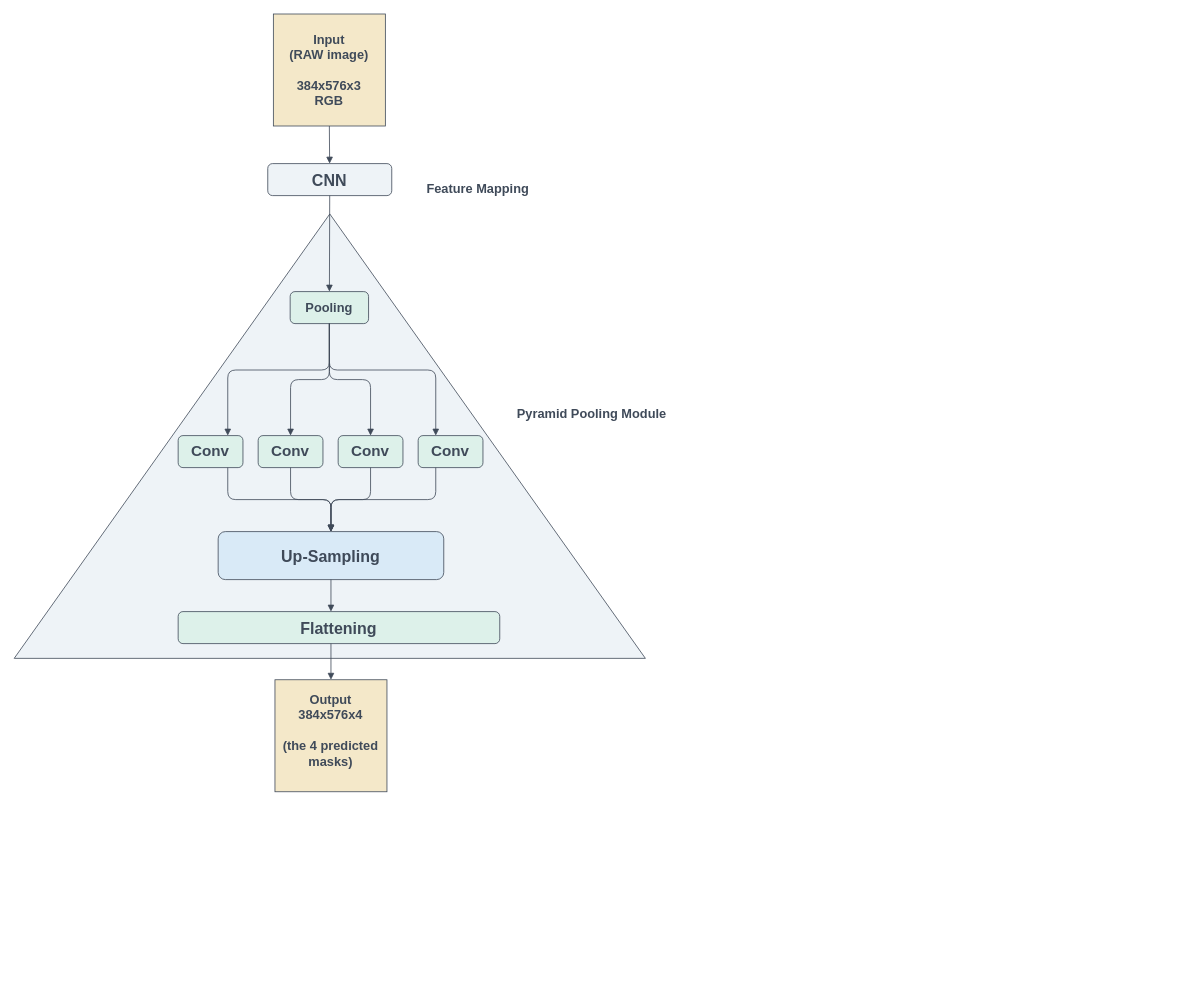
Earlier version of the draw.io diagram reports/06-model-pspnet-rosner-architecture.drawio (YOHANCOHENCODES/jun26_bcds_cloud_segmentation). Source tidied: cells renumbered, new cells numbered last; positions are measured from the earlier drawing's top-left corner, leaving out a move shared by most shapes. Both pictures are drawn from the tidied source at 80%, with x=0, y=0 at pixel (107, 14).
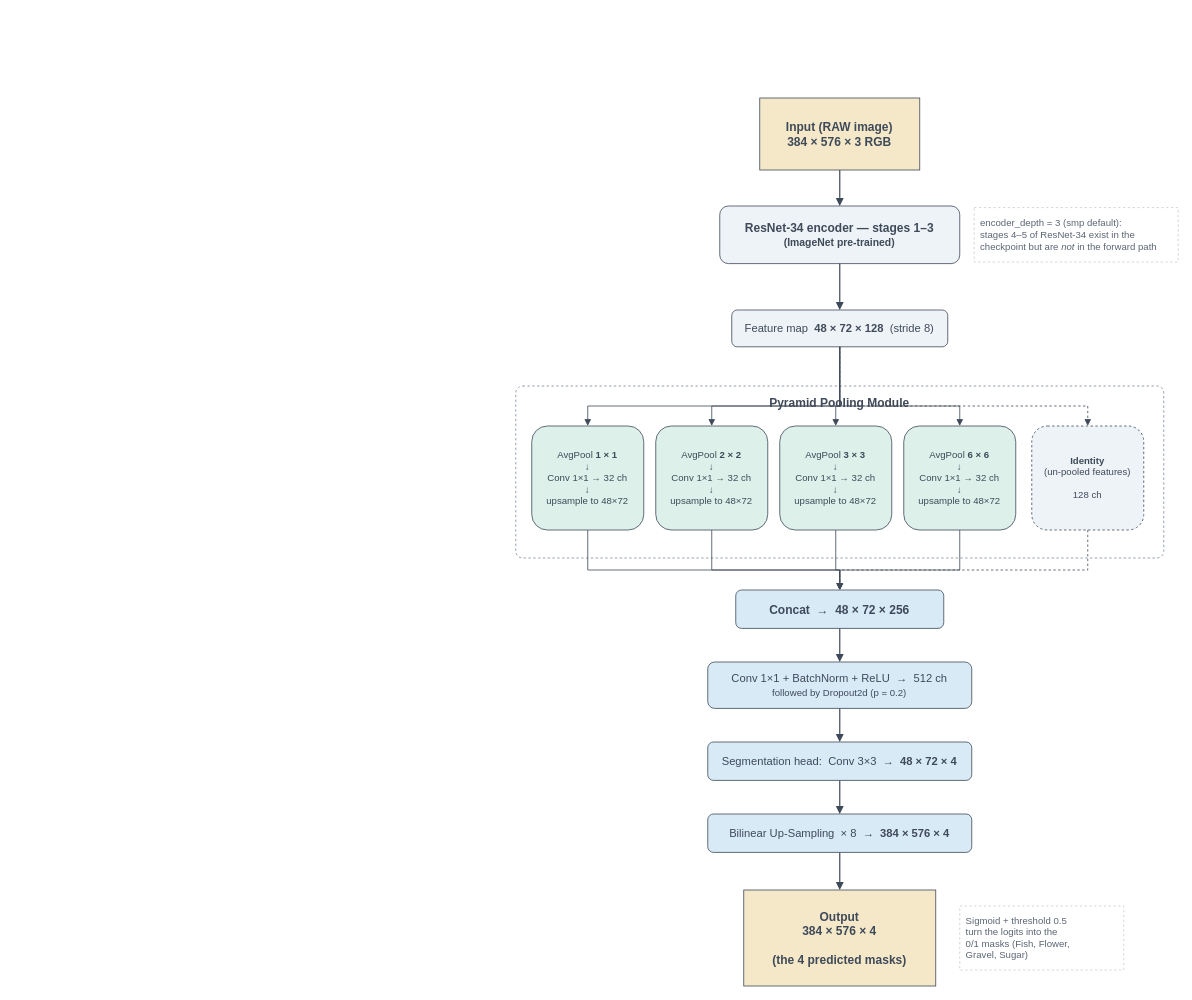
After the change.

Change to the diagram source:
```diff
@@
-    <mxCell id="2" style="shape=triangle;whiteSpace=wrap;html=1;fillColor=light-dark(#EEF3F7,#F4E8C9);strokeColor=#3F4A59;rotation=-90;" parent="1" vertex="1">
-      <mxGeometry y="133.2" width="555.5" height="789" as="geometry" />
-    </mxCell>
-    <mxCell id="3" value="CNN" style="rounded=1;whiteSpace=wrap;html=1;fillColor=#EEF3F7;strokeColor=#3F4A59;fontColor=#3F4A59;fontSize=20;fontStyle=1;" parent="1" vertex="1">
-      <mxGeometry x="200.2" y="187" width="155" height="40" as="geometry" />
-    </mxCell>
-    <mxCell id="4" value="Feature Mapping" style="text;html=1;strokeColor=none;fillColor=none;align=left;verticalAlign=middle;fontColor=#3F4A59;fontSize=16;fontStyle=1;" parent="1" vertex="1">
-      <mxGeometry x="397.2" y="203" width="190" height="30" as="geometry" />
-    </mxCell>
-    <mxCell id="5" value="Pooling" style="rounded=1;whiteSpace=wrap;html=1;fillColor=#DDF1EA;strokeColor=#3F4A59;fontColor=#3F4A59;fontSize=16;fontStyle=1;" parent="1" vertex="1">
-      <mxGeometry x="228.2" y="347" width="98" height="40" as="geometry" />
-    </mxCell>
-    <mxCell id="6" value="Conv" style="rounded=1;whiteSpace=wrap;html=1;fillColor=#DDF1EA;strokeColor=#3F4A59;fontColor=#3F4A59;fontSize=19;fontStyle=1;" parent="1" vertex="1">
-      <mxGeometry x="88.2" y="527" width="81" height="40" as="geometry" />
-    </mxCell>
-    <mxCell id="7" value="Conv" style="rounded=1;whiteSpace=wrap;html=1;fillColor=#DDF1EA;strokeColor=#3F4A59;fontColor=#3F4A59;fontSize=19;fontStyle=1;" parent="1" vertex="1">
-      <mxGeometry x="188.2" y="527" width="81" height="40" as="geometry" />
-    </mxCell>
-    <mxCell id="8" value="Conv" style="rounded=1;whiteSpace=wrap;html=1;fillColor=#DDF1EA;strokeColor=#3F4A59;fontColor=#3F4A59;fontSize=19;fontStyle=1;" parent="1" vertex="1">
-      <mxGeometry x="288.2" y="527" width="81" height="40" as="geometry" />
-    </mxCell>
-    <mxCell id="9" value="Conv" style="rounded=1;whiteSpace=wrap;html=1;fillColor=#DDF1EA;strokeColor=#3F4A59;fontColor=#3F4A59;fontSize=19;fontStyle=1;" parent="1" vertex="1">
-      <mxGeometry x="388.2" y="527" width="81" height="40" as="geometry" />
-    </mxCell>
-    <mxCell id="10" value="Up-Sampling" style="rounded=1;whiteSpace=wrap;html=1;fillColor=#D9EAF7;strokeColor=#3F4A59;fontColor=#3F4A59;fontSize=20;fontStyle=1;" parent="1" vertex="1">
-      <mxGeometry x="138.2" y="647" width="282" height="60" as="geometry" />
-    </mxCell>
-    <mxCell id="11" value="Flattening" style="rounded=1;whiteSpace=wrap;html=1;fillColor=#DDF1EA;strokeColor=#3F4A59;fontColor=#3F4A59;fontSize=20;fontStyle=1;" parent="1" vertex="1">
-      <mxGeometry x="88.2" y="747" width="402" height="40" as="geometry" />
-    </mxCell>
-    <mxCell id="12" style="whiteSpace=wrap;html=1;fillColor=light-dark(#F4E8C9,#F4E8C9);gradientColor=none;gradientDirection=east;strokeColor=#3F4A59;fontColor=#000000;fontSize=11;" parent="1" vertex="1">
-      <mxGeometry x="209.2" y="832.2" width="140" height="140" as="geometry" />
-    </mxCell>
-    <mxCell id="13" value="Output&lt;br&gt;384x576x4&lt;br&gt;&lt;br&gt;(the 4 predicted masks)&lt;br&gt;&lt;div&gt;&lt;br/&gt;&lt;/div&gt;" style="text;html=1;strokeColor=none;fillColor=none;align=center;verticalAlign=middle;fontColor=#3F4A59;fontSize=16;fontStyle=1;whiteSpace=wrap;" parent="1" vertex="1">
-      <mxGeometry x="214.2" y="860" width="130" height="90" as="geometry" />
-    </mxCell>
+    <mxCell id="29" style="whiteSpace=wrap;html=1;fillColor=#F4E8C9;strokeColor=#3F4A59;" parent="1" vertex="1">
+      <mxGeometry x="815.2" y="105" width="200" height="90" as="geometry" />
+    </mxCell>
+    <mxCell id="30" value="Input (RAW image)&lt;br&gt;&lt;b&gt;384 × 576 × 3&lt;/b&gt; RGB" style="text;html=1;strokeColor=none;fillColor=none;align=center;verticalAlign=middle;fontColor=#3F4A59;fontSize=15;fontStyle=1;whiteSpace=wrap;" parent="1" vertex="1">
+      <mxGeometry x="820.2" y="127" width="190" height="46" as="geometry" />
+    </mxCell>
+    <mxCell id="31" style="endArrow=block;endFill=1;strokeColor=#3F4A59;strokeWidth=1.5;" parent="1" edge="1" source="29" target="32">
+      <mxGeometry relative="1" as="geometry" />
+    </mxCell>
+    <mxCell id="32" value="ResNet-34 encoder — stages 1–3&lt;br&gt;&lt;font style=&quot;font-size: 13px;&quot;&gt;(ImageNet pre-trained)&lt;/font&gt;" style="rounded=1;whiteSpace=wrap;html=1;fillColor=#EEF3F7;strokeColor=#3F4A59;fontColor=#3F4A59;fontSize=15;fontStyle=1;" parent="1" vertex="1">
+      <mxGeometry x="765.2" y="240" width="300" height="72" as="geometry" />
+    </mxCell>
+    <mxCell id="33" value="encoder_depth = 3 (smp default):&lt;br&gt;stages 4–5 of ResNet-34 exist in the&lt;br&gt;checkpoint but are &lt;i&gt;not&lt;/i&gt; in the forward path" style="text;html=1;strokeColor=#C4CDD6;dashed=1;fillColor=none;align=left;verticalAlign=middle;fontColor=#5B6573;fontSize=12;whiteSpace=wrap;spacingLeft=6;" parent="1" vertex="1">
+      <mxGeometry x="1083.2" y="242" width="255" height="68" as="geometry" />
+    </mxCell>
+    <mxCell id="34" style="endArrow=block;endFill=1;strokeColor=#3F4A59;strokeWidth=1.5;" parent="1" edge="1" source="32" target="35">
+      <mxGeometry relative="1" as="geometry" />
+    </mxCell>
+    <mxCell id="35" value="Feature map&amp;nbsp; &lt;b&gt;48 × 72 × 128&lt;/b&gt;&amp;nbsp; (stride 8)" style="rounded=1;whiteSpace=wrap;html=1;fillColor=#EEF3F7;strokeColor=#3F4A59;fontColor=#3F4A59;fontSize=14;fontStyle=0;" parent="1" vertex="1">
+      <mxGeometry x="780.2" y="370" width="270" height="46" as="geometry" />
+    </mxCell>
-    <mxCell id="14" value="Pyramid Pooling Module" style="text;html=1;strokeColor=none;fillColor=none;align=left;verticalAlign=middle;fontColor=#3F4A59;fontSize=16;fontStyle=1;" parent="1" vertex="1">
-      <mxGeometry x="510.2" y="465" width="140" height="70" as="geometry" />
+    <mxCell id="14" value="Pyramid Pooling Module" style="rounded=1;whiteSpace=wrap;html=1;fillColor=none;strokeColor=#7C8A99;dashed=1;fontColor=#3F4A59;fontSize=15;fontStyle=1;verticalAlign=top;spacingTop=6;arcSize=4;" parent="1" vertex="1">
+      <mxGeometry x="510.2" y="465" width="810" height="215" as="geometry" />
     </mxCell>
-    <mxCell id="15" style="endArrow=block;endFill=1;strokeColor=#3F4A59;exitX=0.5;exitY=1;exitDx=0;exitDy=0;" parent="1" edge="1" source="27" target="3">
-      <mxGeometry relative="1" as="geometry" />
-    </mxCell>
-    <mxCell id="16" style="endArrow=block;endFill=1;strokeColor=#3F4A59;" parent="1" edge="1" source="3" target="5">
-      <mxGeometry relative="1" as="geometry" />
-    </mxCell>
-    <mxCell id="17" style="edgeStyle=orthogonalEdgeStyle;endArrow=block;endFill=1;strokeColor=#3F4A59;" parent="1" edge="1" source="5" target="6">
-      <mxGeometry relative="1" as="geometry">
-        <Array as="points">
-          <mxPoint x="277.2" y="445" />
-          <mxPoint x="150.2" y="445" />
-        </Array>
-      </mxGeometry>
-    </mxCell>
-    <mxCell id="18" style="edgeStyle=orthogonalEdgeStyle;endArrow=block;endFill=1;strokeColor=#3F4A59;" parent="1" edge="1" source="5" target="7">
-      <mxGeometry relative="1" as="geometry" />
-    </mxCell>
-    <mxCell id="19" style="edgeStyle=orthogonalEdgeStyle;endArrow=block;endFill=1;strokeColor=#3F4A59;" parent="1" edge="1" source="5" target="8">
-      <mxGeometry relative="1" as="geometry" />
-    </mxCell>
-    <mxCell id="20" style="edgeStyle=orthogonalEdgeStyle;endArrow=block;endFill=1;strokeColor=#3F4A59;" parent="1" edge="1" source="5" target="9">
-      <mxGeometry relative="1" as="geometry">
-        <Array as="points">
-          <mxPoint x="277.2" y="445" />
-          <mxPoint x="410.2" y="445" />
-        </Array>
-      </mxGeometry>
-    </mxCell>
-    <mxCell id="21" style="edgeStyle=orthogonalEdgeStyle;endArrow=block;endFill=1;strokeColor=#3F4A59;" parent="1" edge="1" source="6" target="10">
-      <mxGeometry relative="1" as="geometry">
-        <Array as="points">
-          <mxPoint x="150.2" y="607" />
-          <mxPoint x="279.2" y="607" />
-        </Array>
-      </mxGeometry>
-    </mxCell>
-    <mxCell id="22" style="edgeStyle=orthogonalEdgeStyle;endArrow=block;endFill=1;strokeColor=#3F4A59;" parent="1" edge="1" source="7" target="10">
-      <mxGeometry relative="1" as="geometry" />
-    </mxCell>
-    <mxCell id="23" style="edgeStyle=orthogonalEdgeStyle;endArrow=block;endFill=1;strokeColor=#3F4A59;" parent="1" edge="1" source="8" target="10">
-      <mxGeometry relative="1" as="geometry" />
-    </mxCell>
-    <mxCell id="24" style="edgeStyle=orthogonalEdgeStyle;endArrow=block;endFill=1;strokeColor=#3F4A59;" parent="1" edge="1" source="9" target="10">
-      <mxGeometry relative="1" as="geometry">
-        <Array as="points">
-          <mxPoint x="410.2" y="607" />
-          <mxPoint x="279.2" y="607" />
-        </Array>
-      </mxGeometry>
-    </mxCell>
-    <mxCell id="25" style="endArrow=block;endFill=1;strokeColor=#3F4A59;" parent="1" edge="1" source="10">
-      <mxGeometry relative="1" as="geometry">
-        <mxPoint x="279.2" y="747" as="targetPoint" />
-      </mxGeometry>
-    </mxCell>
-    <mxCell id="26" style="endArrow=block;endFill=1;strokeColor=#3F4A59;" parent="1" edge="1" target="12">
-      <mxGeometry relative="1" as="geometry">
-        <mxPoint x="279.2" y="787" as="sourcePoint" />
-      </mxGeometry>
-    </mxCell>
-    <mxCell id="27" style="whiteSpace=wrap;html=1;fillColor=light-dark(#F4E8C9,#F4E8C9);gradientColor=none;gradientDirection=east;strokeColor=#3F4A59;fontColor=#FFFFFF;fontSize=11;" parent="1" vertex="1">
-      <mxGeometry x="207.2" width="140" height="140" as="geometry" />
-    </mxCell>
-    <mxCell id="28" value="Input&lt;br&gt;(RAW image)&lt;br&gt;&lt;br&gt;384x576x3&lt;br&gt;RGB" style="text;html=1;strokeColor=none;fillColor=none;align=center;verticalAlign=middle;fontColor=#3F4A59;fontSize=16;fontStyle=1;whiteSpace=wrap;" parent="1" vertex="1">
-      <mxGeometry x="212.2" y="50" width="130" height="40" as="geometry" />
-    </mxCell>
+    <mxCell id="36" value="AvgPool &lt;b&gt;1 × 1&lt;/b&gt;&lt;br&gt;↓&lt;br&gt;Conv 1×1 → 32 ch&lt;br&gt;↓&lt;br&gt;upsample to 48×72" style="rounded=1;whiteSpace=wrap;html=1;fillColor=#DDF1EA;strokeColor=#3F4A59;fontColor=#3F4A59;fontSize=12;" parent="1" vertex="1">
+      <mxGeometry x="530.2" y="515" width="140" height="130" as="geometry" />
+    </mxCell>
+    <mxCell id="37" value="AvgPool &lt;b&gt;2 × 2&lt;/b&gt;&lt;br&gt;↓&lt;br&gt;Conv 1×1 → 32 ch&lt;br&gt;↓&lt;br&gt;upsample to 48×72" style="rounded=1;whiteSpace=wrap;html=1;fillColor=#DDF1EA;strokeColor=#3F4A59;fontColor=#3F4A59;fontSize=12;" parent="1" vertex="1">
+      <mxGeometry x="685.2" y="515" width="140" height="130" as="geometry" />
+    </mxCell>
+    <mxCell id="38" value="AvgPool &lt;b&gt;3 × 3&lt;/b&gt;&lt;br&gt;↓&lt;br&gt;Conv 1×1 → 32 ch&lt;br&gt;↓&lt;br&gt;upsample to 48×72" style="rounded=1;whiteSpace=wrap;html=1;fillColor=#DDF1EA;strokeColor=#3F4A59;fontColor=#3F4A59;fontSize=12;" parent="1" vertex="1">
+      <mxGeometry x="840.2" y="515" width="140" height="130" as="geometry" />
+    </mxCell>
+    <mxCell id="39" value="AvgPool &lt;b&gt;6 × 6&lt;/b&gt;&lt;br&gt;↓&lt;br&gt;Conv 1×1 → 32 ch&lt;br&gt;↓&lt;br&gt;upsample to 48×72" style="rounded=1;whiteSpace=wrap;html=1;fillColor=#DDF1EA;strokeColor=#3F4A59;fontColor=#3F4A59;fontSize=12;" parent="1" vertex="1">
+      <mxGeometry x="995.2" y="515" width="140" height="130" as="geometry" />
+    </mxCell>
+    <mxCell id="40" value="&lt;b&gt;Identity&lt;/b&gt;&lt;br&gt;(un-pooled features)&lt;br&gt;&lt;br&gt;128 ch" style="rounded=1;whiteSpace=wrap;html=1;fillColor=#EEF3F7;strokeColor=#3F4A59;dashed=1;fontColor=#3F4A59;fontSize=12;" parent="1" vertex="1">
+      <mxGeometry x="1155.2" y="515" width="140" height="130" as="geometry" />
+    </mxCell>
+    <mxCell id="41" style="edgeStyle=orthogonalEdgeStyle;endArrow=block;endFill=1;strokeColor=#3F4A59;rounded=0;exitX=0.5;exitY=1;exitDx=0;exitDy=0;" parent="1" edge="1" source="35" target="36">
+      <mxGeometry relative="1" as="geometry">
+        <Array as="points">
+          <mxPoint x="915.2" y="490" />
+          <mxPoint x="600.2" y="490" />
+        </Array>
+      </mxGeometry>
+    </mxCell>
+    <mxCell id="42" style="edgeStyle=orthogonalEdgeStyle;endArrow=block;endFill=1;strokeColor=#3F4A59;rounded=0;exitX=0.5;exitY=1;exitDx=0;exitDy=0;" parent="1" edge="1" source="35" target="37">
+      <mxGeometry relative="1" as="geometry">
+        <Array as="points">
+          <mxPoint x="915.2" y="490" />
+          <mxPoint x="755.2" y="490" />
+        </Array>
+      </mxGeometry>
+    </mxCell>
+    <mxCell id="43" style="edgeStyle=orthogonalEdgeStyle;endArrow=block;endFill=1;strokeColor=#3F4A59;rounded=0;exitX=0.5;exitY=1;exitDx=0;exitDy=0;" parent="1" edge="1" source="35" target="38">
+      <mxGeometry relative="1" as="geometry">
+        <Array as="points">
+          <mxPoint x="915.2" y="490" />
+          <mxPoint x="910.2" y="490" />
+        </Array>
+      </mxGeometry>
+    </mxCell>
+    <mxCell id="44" style="edgeStyle=orthogonalEdgeStyle;endArrow=block;endFill=1;strokeColor=#3F4A59;rounded=0;exitX=0.5;exitY=1;exitDx=0;exitDy=0;" parent="1" edge="1" source="35" target="39">
+      <mxGeometry relative="1" as="geometry">
+        <Array as="points">
+          <mxPoint x="915.2" y="490" />
+          <mxPoint x="1065.2" y="490" />
+        </Array>
+      </mxGeometry>
+    </mxCell>
+    <mxCell id="45" style="edgeStyle=orthogonalEdgeStyle;endArrow=block;endFill=1;strokeColor=#3F4A59;dashed=1;rounded=0;exitX=0.5;exitY=1;exitDx=0;exitDy=0;" parent="1" edge="1" source="35" target="40">
+      <mxGeometry relative="1" as="geometry">
+        <Array as="points">
+          <mxPoint x="915.2" y="490" />
+          <mxPoint x="1225.2" y="490" />
+        </Array>
+      </mxGeometry>
+    </mxCell>
+    <mxCell id="46" value="Concat&amp;nbsp; →&amp;nbsp; &lt;b&gt;48 × 72 × 256&lt;/b&gt;" style="rounded=1;whiteSpace=wrap;html=1;fillColor=#D9EAF7;strokeColor=#3F4A59;fontColor=#3F4A59;fontSize=15;fontStyle=1;" parent="1" vertex="1">
+      <mxGeometry x="785.2" y="720" width="260" height="48" as="geometry" />
+    </mxCell>
+    <mxCell id="47" style="edgeStyle=orthogonalEdgeStyle;endArrow=block;endFill=1;strokeColor=#3F4A59;rounded=0;" parent="1" edge="1" source="36" target="46">
+      <mxGeometry relative="1" as="geometry">
+        <Array as="points">
+          <mxPoint x="600.2" y="695" />
+          <mxPoint x="915.2" y="695" />
+        </Array>
+      </mxGeometry>
+    </mxCell>
+    <mxCell id="48" style="edgeStyle=orthogonalEdgeStyle;endArrow=block;endFill=1;strokeColor=#3F4A59;rounded=0;" parent="1" edge="1" source="37" target="46">
+      <mxGeometry relative="1" as="geometry">
+        <Array as="points">
+          <mxPoint x="755.2" y="695" />
+          <mxPoint x="915.2" y="695" />
+        </Array>
+      </mxGeometry>
+    </mxCell>
+    <mxCell id="49" style="edgeStyle=orthogonalEdgeStyle;endArrow=block;endFill=1;strokeColor=#3F4A59;rounded=0;" parent="1" edge="1" source="38" target="46">
+      <mxGeometry relative="1" as="geometry">
+        <Array as="points">
+          <mxPoint x="910.2" y="695" />
+          <mxPoint x="915.2" y="695" />
+        </Array>
+      </mxGeometry>
+    </mxCell>
+    <mxCell id="50" style="edgeStyle=orthogonalEdgeStyle;endArrow=block;endFill=1;strokeColor=#3F4A59;rounded=0;" parent="1" edge="1" source="39" target="46">
+      <mxGeometry relative="1" as="geometry">
+        <Array as="points">
+          <mxPoint x="1065.2" y="695" />
+          <mxPoint x="915.2" y="695" />
+        </Array>
+      </mxGeometry>
+    </mxCell>
+    <mxCell id="51" style="edgeStyle=orthogonalEdgeStyle;endArrow=block;endFill=1;strokeColor=#3F4A59;dashed=1;rounded=0;" parent="1" edge="1" source="40" target="46">
+      <mxGeometry relative="1" as="geometry">
+        <Array as="points">
+          <mxPoint x="1225.2" y="695" />
+          <mxPoint x="915.2" y="695" />
+        </Array>
+      </mxGeometry>
+    </mxCell>
+    <mxCell id="52" style="endArrow=block;endFill=1;strokeColor=#3F4A59;strokeWidth=1.5;" parent="1" edge="1" source="46" target="53">
+      <mxGeometry relative="1" as="geometry" />
+    </mxCell>
+    <mxCell id="53" value="Conv 1×1 + BatchNorm + ReLU&amp;nbsp; →&amp;nbsp; 512 ch&lt;br&gt;&lt;font style=&quot;font-size: 12px;&quot;&gt;followed by Dropout2d (p = 0.2)&lt;/font&gt;" style="rounded=1;whiteSpace=wrap;html=1;fillColor=#D9EAF7;strokeColor=#3F4A59;fontColor=#3F4A59;fontSize=14;fontStyle=0;" parent="1" vertex="1">
+      <mxGeometry x="750.2" y="810" width="330" height="58" as="geometry" />
+    </mxCell>
+    <mxCell id="54" style="endArrow=block;endFill=1;strokeColor=#3F4A59;strokeWidth=1.5;" parent="1" edge="1" source="53" target="55">
+      <mxGeometry relative="1" as="geometry" />
+    </mxCell>
+    <mxCell id="55" value="Segmentation head:&amp;nbsp; Conv 3×3&amp;nbsp; →&amp;nbsp; &lt;b&gt;48 × 72 × 4&lt;/b&gt;" style="rounded=1;whiteSpace=wrap;html=1;fillColor=#D9EAF7;strokeColor=#3F4A59;fontColor=#3F4A59;fontSize=14;" parent="1" vertex="1">
+      <mxGeometry x="750.2" y="910" width="330" height="48" as="geometry" />
+    </mxCell>
+    <mxCell id="56" style="endArrow=block;endFill=1;strokeColor=#3F4A59;strokeWidth=1.5;" parent="1" edge="1" source="55" target="57">
+      <mxGeometry relative="1" as="geometry" />
+    </mxCell>
+    <mxCell id="57" value="Bilinear Up-Sampling&amp;nbsp; × 8&amp;nbsp; →&amp;nbsp; &lt;b&gt;384 × 576 × 4&lt;/b&gt;" style="rounded=1;whiteSpace=wrap;html=1;fillColor=#D9EAF7;strokeColor=#3F4A59;fontColor=#3F4A59;fontSize=14;" parent="1" vertex="1">
+      <mxGeometry x="750.2" y="1000" width="330" height="48" as="geometry" />
+    </mxCell>
+    <mxCell id="58" style="endArrow=block;endFill=1;strokeColor=#3F4A59;strokeWidth=1.5;" parent="1" edge="1" source="57" target="59">
+      <mxGeometry relative="1" as="geometry" />
+    </mxCell>
+    <mxCell id="59" style="whiteSpace=wrap;html=1;fillColor=#F4E8C9;strokeColor=#3F4A59;" parent="1" vertex="1">
+      <mxGeometry x="795.2" y="1095" width="240" height="120" as="geometry" />
+    </mxCell>
+    <mxCell id="60" value="Output&lt;br&gt;&lt;b&gt;384 × 576 × 4&lt;/b&gt;&lt;br&gt;&lt;br&gt;(the 4 predicted masks)" style="text;html=1;strokeColor=none;fillColor=none;align=center;verticalAlign=middle;fontColor=#3F4A59;fontSize=15;fontStyle=1;whiteSpace=wrap;" parent="1" vertex="1">
+      <mxGeometry x="800.2" y="1120" width="230" height="70" as="geometry" />
+    </mxCell>
+    <mxCell id="61" value="Sigmoid + threshold 0.5&lt;br&gt;turn the logits into the&lt;br&gt;0/1 masks (Fish, Flower,&lt;br&gt;Gravel, Sugar)" style="text;html=1;strokeColor=#C4CDD6;dashed=1;fillColor=none;align=left;verticalAlign=middle;fontColor=#5B6573;fontSize=12;whiteSpace=wrap;spacingLeft=6;" parent="1" vertex="1">
+      <mxGeometry x="1065.2" y="1115" width="205" height="80" as="geometry" />
+    </mxCell>
```
